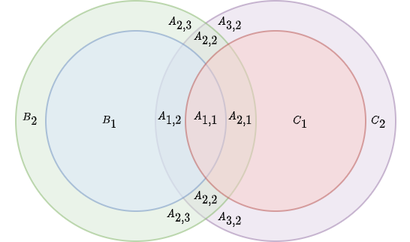
Earlier version of the draw.io export tuple_overlap.drawio.png (LucaCappelletti94/hyperloglog-rs). Source tidied: cells renumbered, new cells last; positions are measured from the earlier drawing's top-left corner, leaving out a move shared by most shapes.
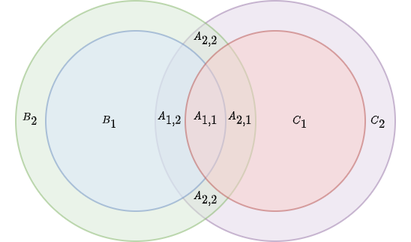
The same file after the commit.

Commit message:
Fixed error in tuple overlap

Change to the diagram source:
```diff
@@ -29,18 +29,6 @@
     <mxCell id="10" value="&lt;font style=&quot;font-size: 6px;&quot;&gt;\(A_{2,2}\)&lt;/font&gt;" style="text;html=1;strokeColor=none;fillColor=none;align=center;verticalAlign=middle;whiteSpace=wrap;rounded=0;opacity=50;fontSize=6;" parent="1" vertex="1">
       <mxGeometry x="117" y="116" width="40" height="30" as="geometry" />
     </mxCell>
-    <mxCell id="11" value="&lt;font style=&quot;font-size: 6px;&quot;&gt;\(A_{2,3}\)&lt;/font&gt;" style="text;html=1;strokeColor=none;fillColor=none;align=center;verticalAlign=middle;whiteSpace=wrap;rounded=0;opacity=50;fontSize=6;" parent="1" vertex="1">
-      <mxGeometry x="100" width="40" height="30" as="geometry" />
-    </mxCell>
-    <mxCell id="12" value="&lt;font style=&quot;font-size: 6px;&quot;&gt;\(A_{2,3}\)&lt;/font&gt;" style="text;html=1;strokeColor=none;fillColor=none;align=center;verticalAlign=middle;whiteSpace=wrap;rounded=0;opacity=50;fontSize=6;" parent="1" vertex="1">
-      <mxGeometry x="99" y="128" width="40" height="30" as="geometry" />
-    </mxCell>
-    <mxCell id="13" value="&lt;font style=&quot;font-size: 6px;&quot;&gt;\(A_{3,2}\)&lt;/font&gt;" style="text;html=1;strokeColor=none;fillColor=none;align=center;verticalAlign=middle;whiteSpace=wrap;rounded=0;opacity=50;fontSize=6;" parent="1" vertex="1">
-      <mxGeometry x="133" y="130" width="40" height="30" as="geometry" />
-    </mxCell>
-    <mxCell id="14" value="&lt;font style=&quot;font-size: 6px;&quot;&gt;\(A_{3,2}\)&lt;/font&gt;" style="text;html=1;strokeColor=none;fillColor=none;align=center;verticalAlign=middle;whiteSpace=wrap;rounded=0;opacity=50;fontSize=6;" parent="1" vertex="1">
-      <mxGeometry x="133" width="40" height="30" as="geometry" />
-    </mxCell>
     <mxCell id="15" value="&lt;font style=&quot;font-size: 6px;&quot;&gt;\(B_{1}\)&lt;/font&gt;" style="text;html=1;strokeColor=none;fillColor=none;align=center;verticalAlign=middle;whiteSpace=wrap;rounded=0;opacity=50;fontSize=6;" parent="1" vertex="1">
       <mxGeometry x="53" y="65" width="40" height="30" as="geometry" />
     </mxCell>
```
